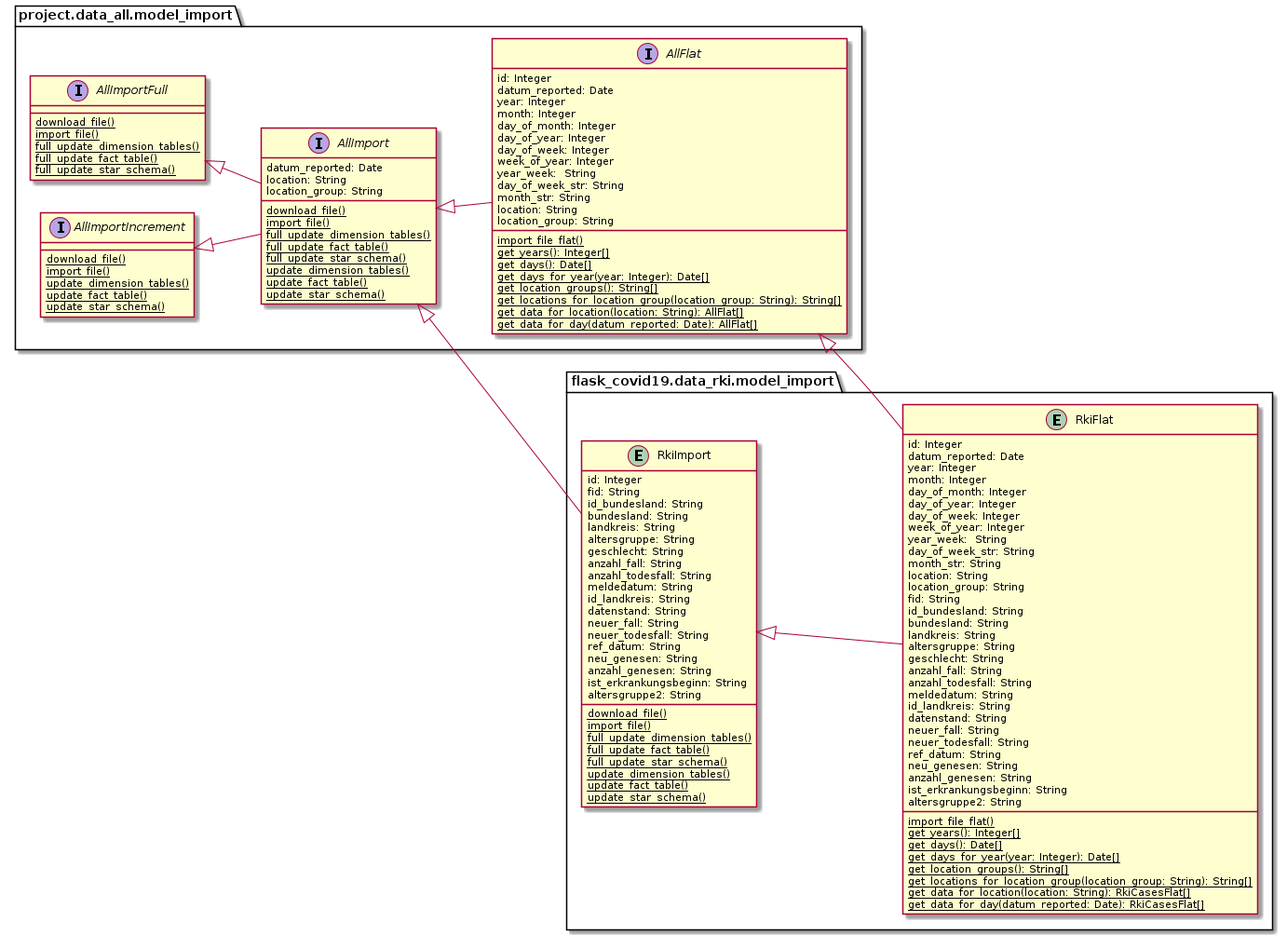
thomaswoehlke/flask_covid19 keeps this PlantUML diagram as docs/uml/data_rki/rki_cases_domain_model_import.png. Above is the earlier version.
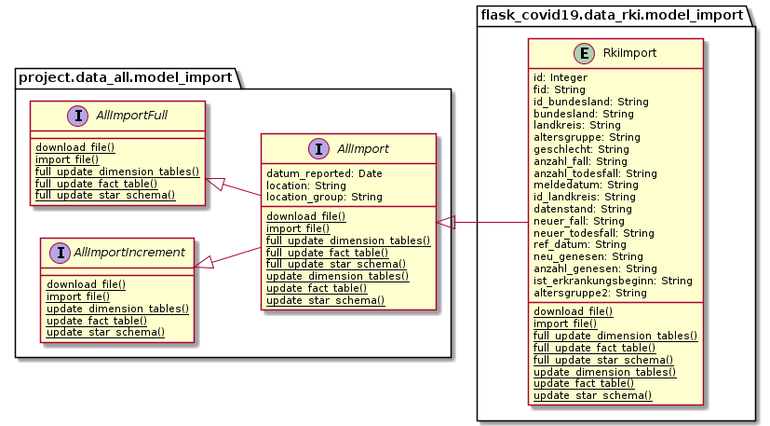
After the change.

What changed in the source:
```diff
@@ -32,31 +32,6 @@
 		{classifier} update_fact_table()
 		{classifier} update_star_schema()
 	}
-
-	interface AllFlat {
-	    id: Integer
-	    datum_reported: Date
-	    year: Integer
-	    month: Integer
-	    day_of_month: Integer
-		day_of_year: Integer
-	    day_of_week: Integer
-	    week_of_year: Integer
-	    year_week:  String
-	    day_of_week_str: String
-		month_str: String
-		location: String
-		location_group: String
-		{classifier} import_file_flat()
-		{classifier} get_years(): Integer[]
-		{classifier} get_days(): Date[]
-		{classifier} get_days_for_year(year: Integer): Date[]
-		{classifier} get_location_groups(): String[]
-		{classifier} get_locations_for_location_group(location_group: String): String[]
-		{classifier} get_data_for_location(location: String): AllFlat[]
-		{classifier} get_data_for_day(datum_reported: Date): AllFlat[]
-	}
-
 }
 
 package flask_covid19.data_rki.model_import {
@@ -90,56 +65,10 @@
 		{classifier} update_fact_table()
 		{classifier} update_star_schema()
 	}
-
-	entity RkiFlat {
-	    id: Integer
-	    datum_reported: Date
-	    year: Integer
-	    month: Integer
-	    day_of_month: Integer
-		day_of_year: Integer
-	    day_of_week: Integer
-	    week_of_year: Integer
-	    year_week:  String
-	    day_of_week_str: String
-		month_str: String
-		location: String
-		location_group: String
-	    fid: String
-	    id_bundesland: String
-	    bundesland: String
-	    landkreis: String
-	    altersgruppe: String
-	    geschlecht: String
-	    anzahl_fall: String
-	    anzahl_todesfall: String
-	    meldedatum: String
-	    id_landkreis: String
-	    datenstand: String
-	    neuer_fall: String
-	    neuer_todesfall: String
-	    ref_datum: String
-	    neu_genesen: String
-	    anzahl_genesen: String
-	    ist_erkrankungsbeginn: String
-	    altersgruppe2: String
-		{classifier} import_file_flat()
-		{classifier} get_years(): Integer[]
-		{classifier} get_days(): Date[]
-		{classifier} get_days_for_year(year: Integer): Date[]
-		{classifier} get_location_groups(): String[]
-		{classifier} get_locations_for_location_group(location_group: String): String[]
-		{classifier} get_data_for_location(location: String): RkiCasesFlat[]
-		{classifier} get_data_for_day(datum_reported: Date): RkiCasesFlat[]
-	}
-
 }
 
 AllImportFull <|-- AllImport
 AllImportIncrement <|-- AllImport
-AllImport <|-- AllFlat
 AllImport <|-- RkiImport
-AllFlat <|-- RkiFlat
-RkiImport <|-- RkiFlat
 
 @enduml
```
